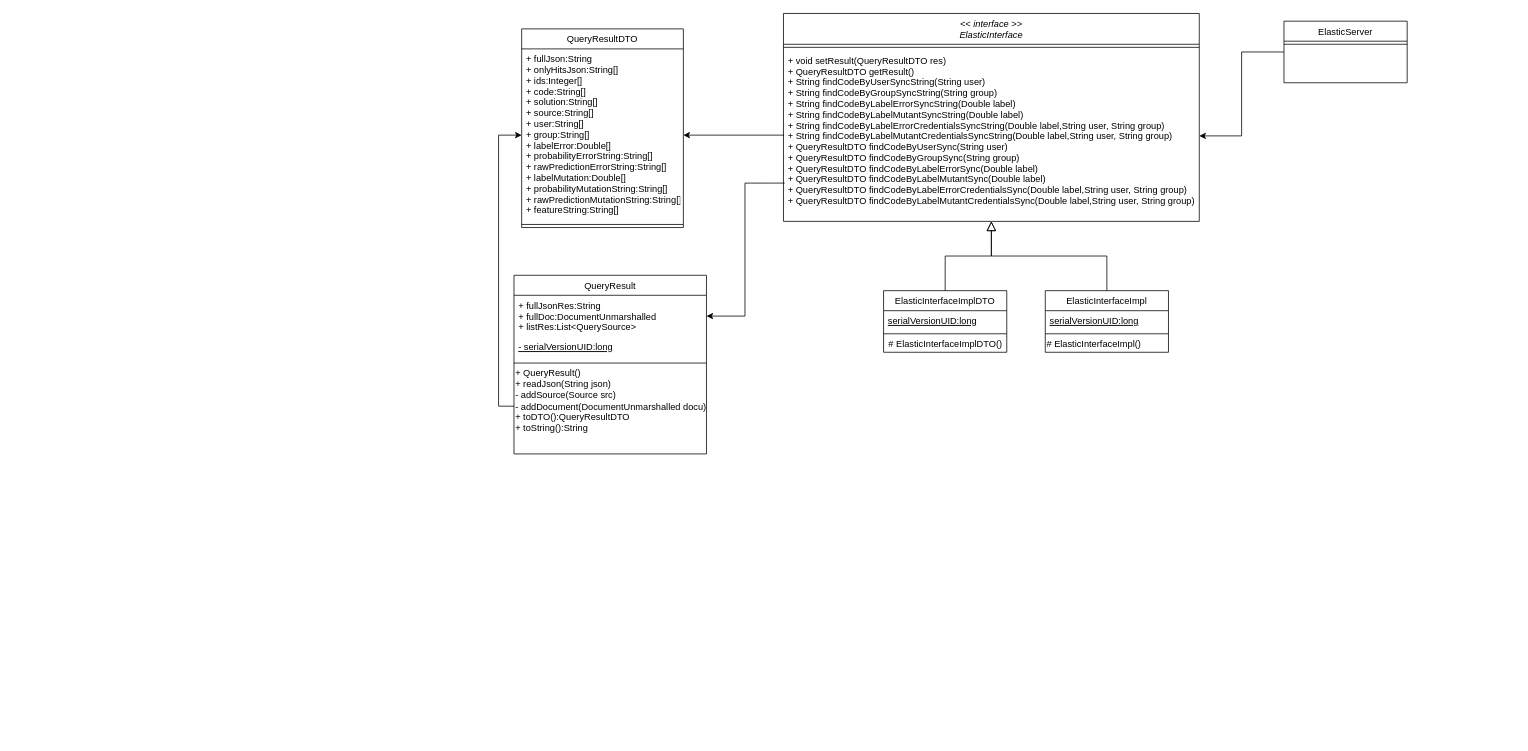
Before: docs/Elastic-facade-orchestrator.drawio in josura/Error-classification-ISD, a draw.io diagram. Source tidied: cells renumbered, new cells numbered last; positions are measured from the earlier drawing's top-left corner, leaving out a move shared by most shapes. Both pictures are drawn from the tidied source at 77%, with x=0, y=0 at pixel (514, 13).
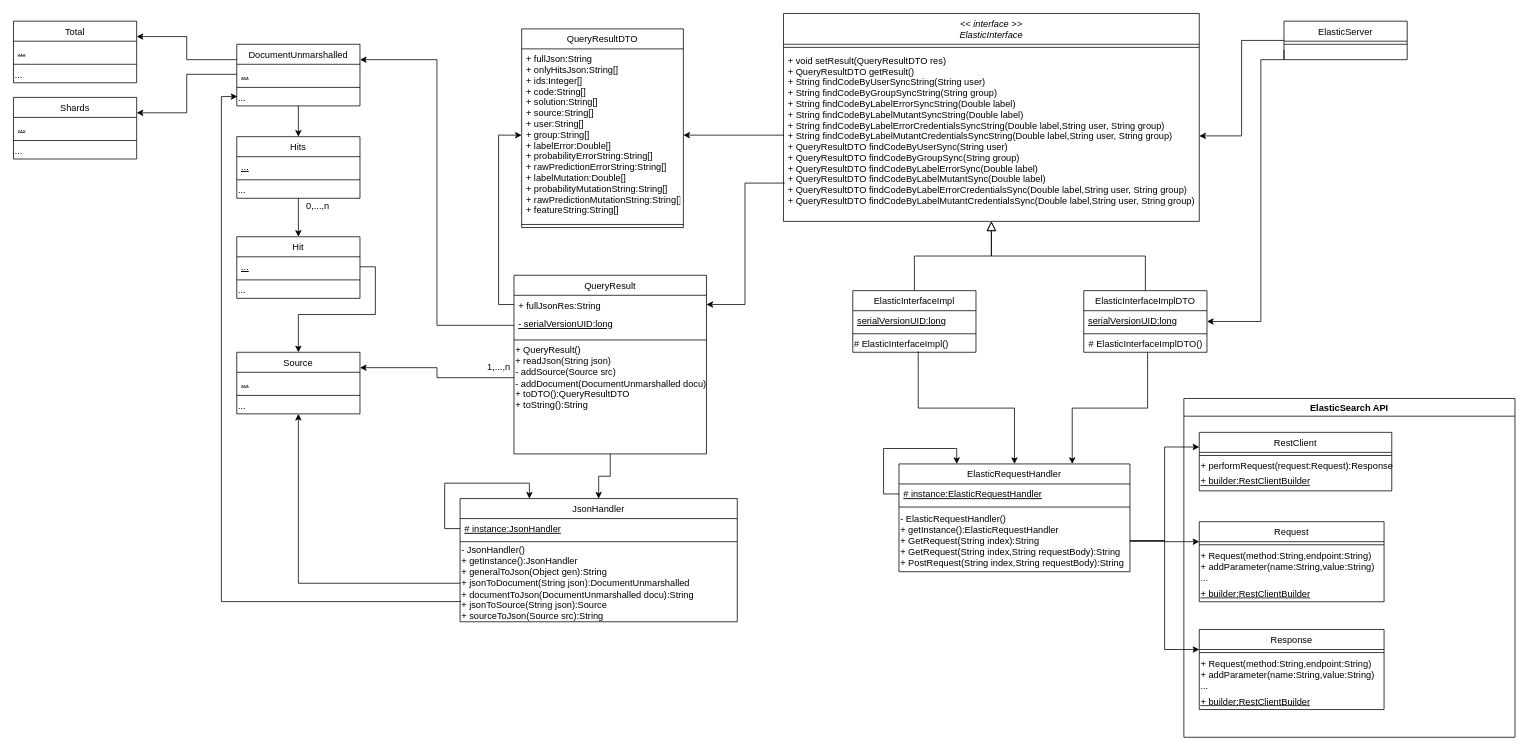
After the change.

Unchanged cells that the change refers to:
```xml
<mxCell id="8" value="# ElasticInterfaceImplDTO()" style="text;html=1;align=center;verticalAlign=middle;points=[];strokeColor=none;fillColor=none;" parent="5" vertex="1">
  <mxGeometry y="60" width="160" height="20" as="geometry" />
</mxCell>
<mxCell id="13" value="# ElasticInterfaceImpl()" style="text;html=1;align=left;verticalAlign=middle;points=[];strokeColor=none;fillColor=none;" parent="10" vertex="1">
  <mxGeometry y="60" width="160" height="20" as="geometry" />
</mxCell>
<mxCell id="16" value="+ fullJson:String&#10;+ onlyHitsJson:String[]&#10;+ ids:Integer[]&#10;+ code:String[] &#10;+ solution:String[] &#10;+ source:String[] &#10;+ user:String[] &#10;+ group:String[] &#10;+ labelError:Double[] &#10;+ probabilityErrorString:String[] &#10;+ rawPredictionErrorString:String[] &#10;+ labelMutation:Double[] &#10;+ probabilityMutationString:String[] &#10;+ rawPredictionMutationString:String[] &#10;+ featureString:String[] &#10;" style="text;align=left;verticalAlign=top;spacingLeft=4;spacingRight=4;overflow=hidden;points=[[0,0.5],[1,0.5]];portConstraint=eastwest;rounded=0;shadow=0;html=0;" parent="15" vertex="1">
  <mxGeometry y="26" width="210" height="224" as="geometry" />
</mxCell>
<mxCell id="18" value="QueryResult" style="swimlane;fontStyle=0;align=center;verticalAlign=top;horizontal=1;startSize=26;rounded=0;shadow=0;strokeWidth=1;" parent="1" vertex="1">
  <mxGeometry y="340" width="250" height="232" as="geometry" />
</mxCell>
```

What changed in the source:
```diff
@@
+    <mxCell id="29" style="edgeStyle=orthogonalEdgeStyle;rounded=0;jettySize=auto;html=1;exitX=0.518;exitY=1.016;exitDx=0;exitDy=0;entryX=0.75;entryY=0;entryDx=0;entryDy=0;exitPerimeter=0;" parent="1" edge="1" source="8" target="37">
+      <mxGeometry relative="1" as="geometry" />
+    </mxCell>
     <mxCell id="5" value="ElasticInterfaceImplDTO" style="swimlane;fontStyle=0;align=center;verticalAlign=top;horizontal=1;startSize=26;rounded=0;shadow=0;strokeWidth=1;" parent="1" vertex="1">
-      <mxGeometry x="480" y="360" width="160" height="80" as="geometry" />
+      <mxGeometry x="740" y="360" width="160" height="80" as="geometry" />
     </mxCell>
@@
+    <mxCell id="30" style="edgeStyle=orthogonalEdgeStyle;rounded=0;jettySize=auto;html=1;exitX=0.531;exitY=0.947;exitDx=0;exitDy=0;exitPerimeter=0;" parent="1" edge="1" source="13" target="37">
+      <mxGeometry relative="1" as="geometry" />
+    </mxCell>
     <mxCell id="10" value="ElasticInterfaceImpl" style="swimlane;fontStyle=0;align=center;verticalAlign=top;horizontal=1;startSize=26;rounded=0;shadow=0;strokeWidth=1;" parent="1" vertex="1">
-      <mxGeometry x="690" y="360" width="160" height="80" as="geometry" />
+      <mxGeometry x="440" y="360" width="160" height="80" as="geometry" />
     </mxCell>
@@
+    <mxCell id="31" style="edgeStyle=orthogonalEdgeStyle;rounded=0;jettySize=auto;html=1;exitX=0.5;exitY=1;exitDx=0;exitDy=0;" parent="1" edge="1" source="18" target="87">
+      <mxGeometry relative="1" as="geometry" />
+    </mxCell>
@@
-    <mxCell id="19" value="+ fullJsonRes:String&#10;+ fullDoc:DocumentUnmarshalled&#10;+ listRes:List&lt;QuerySource&gt;&#10;" style="text;align=left;verticalAlign=top;spacingLeft=4;spacingRight=4;overflow=hidden;points=[[0,0.5],[1,0.5]];portConstraint=eastwest;fontStyle=0;" parent="18" vertex="1">
-      <mxGeometry y="26" width="250" height="54" as="geometry" />
+    <mxCell id="19" value="+ fullJsonRes:String&#10;" style="text;align=left;verticalAlign=top;spacingLeft=4;spacingRight=4;overflow=hidden;points=[[0,0.5],[1,0.5]];portConstraint=eastwest;fontStyle=0;" parent="18" vertex="1">
+      <mxGeometry y="26" width="250" height="24" as="geometry" />
     </mxCell>
     <mxCell id="20" value="- serialVersionUID:long" style="text;align=left;verticalAlign=top;spacingLeft=4;spacingRight=4;overflow=hidden;points=[[0,0.5],[1,0.5]];portConstraint=eastwest;fontStyle=4;" parent="18" vertex="1">
-      <mxGeometry y="80" width="250" height="30" as="geometry" />
+      <mxGeometry y="50" width="250" height="30" as="geometry" />
     </mxCell>
     <mxCell id="21" style="line;html=1;strokeWidth=1;align=left;verticalAlign=middle;spacingTop=-1;spacingLeft=3;spacingRight=3;labelPosition=right;" parent="18" vertex="1">
-      <mxGeometry y="110" width="250" height="8" as="geometry" />
+      <mxGeometry y="80" width="250" height="8" as="geometry" />
     </mxCell>
     <mxCell id="22" value="+ QueryResult()&lt;br&gt;+ readJson(String json)&lt;br&gt;- addSource(Source src) &lt;br&gt;- addDocument(DocumentUnmarshalled docu)&lt;br&gt;+ toDTO():QueryResultDTO&lt;br&gt;+ toString():String&lt;br&gt;" style="text;html=1;align=left;verticalAlign=middle;points=[];strokeColor=none;fillColor=none;" parent="18" vertex="1">
-      <mxGeometry y="118" width="250" height="90" as="geometry" />
+      <mxGeometry y="88" width="250" height="90" as="geometry" />
     </mxCell>
@@
+    <mxCell id="32" style="edgeStyle=orthogonalEdgeStyle;rounded=0;jettySize=auto;html=1;exitX=0;exitY=0.75;exitDx=0;exitDy=0;entryX=1;entryY=0.5;entryDx=0;entryDy=0;" parent="1" edge="1" source="24" target="5">
+      <mxGeometry relative="1" as="geometry">
+        <Array as="points">
+          <mxPoint x="1000" y="60" />
+          <mxPoint x="970" y="60" />
+          <mxPoint x="970" y="400" />
+        </Array>
+      </mxGeometry>
+    </mxCell>
     <mxCell id="24" value="ElasticServer" style="swimlane;fontStyle=0;align=center;verticalAlign=top;horizontal=1;startSize=26;rounded=0;shadow=0;strokeWidth=1;" parent="1" vertex="1">
-      <mxGeometry x="1000" y="10" width="160" height="80" as="geometry" />
+      <mxGeometry x="1000" y="10" width="160" height="50" as="geometry" />
     </mxCell>
@@
-    <mxCell id="28" style="edgeStyle=orthogonalEdgeStyle;rounded=0;jettySize=auto;html=1;exitX=0;exitY=0.578;exitDx=0;exitDy=0;entryX=0;entryY=0.5;entryDx=0;entryDy=0;exitPerimeter=0;" parent="1" edge="1" source="22" target="16">
+    <mxCell id="28" style="edgeStyle=orthogonalEdgeStyle;rounded=0;jettySize=auto;html=1;entryX=0;entryY=0.5;entryDx=0;entryDy=0;" parent="1" edge="1" source="19" target="16">
       <mxGeometry relative="1" as="geometry" />
     </mxCell>
+    <mxCell id="33" value="DocumentUnmarshalled" style="swimlane;fontStyle=0;align=center;verticalAlign=top;horizontal=1;startSize=26;rounded=0;shadow=0;strokeWidth=1;" parent="1" vertex="1">
+      <mxGeometry x="-360" y="40" width="160" height="80" as="geometry" />
+    </mxCell>
+    <mxCell id="34" value="..." style="text;align=left;verticalAlign=top;spacingLeft=4;spacingRight=4;overflow=hidden;points=[[0,0.5],[1,0.5]];portConstraint=eastwest;fontStyle=4;" parent="33" vertex="1">
+      <mxGeometry y="26" width="160" height="26" as="geometry" />
+    </mxCell>
+    <mxCell id="35" style="line;html=1;strokeWidth=1;align=left;verticalAlign=middle;spacingTop=-1;spacingLeft=3;spacingRight=3;labelPosition=right;" parent="33" vertex="1">
+      <mxGeometry y="52" width="160" height="8" as="geometry" />
+    </mxCell>
+    <mxCell id="36" value="..." style="text;html=1;align=left;verticalAlign=middle;points=[];strokeColor=none;fillColor=none;" parent="33" vertex="1">
+      <mxGeometry y="60" width="160" height="20" as="geometry" />
+    </mxCell>
+    <mxCell id="37" value="ElasticRequestHandler" style="swimlane;fontStyle=0;align=center;verticalAlign=top;horizontal=1;startSize=26;rounded=0;shadow=0;strokeWidth=1;" parent="1" vertex="1">
+      <mxGeometry x="500" y="585" width="300" height="140" as="geometry" />
+    </mxCell>
+    <mxCell id="38" style="edgeStyle=orthogonalEdgeStyle;rounded=0;jettySize=auto;html=1;exitX=0;exitY=0.5;exitDx=0;exitDy=0;entryX=0.25;entryY=0;entryDx=0;entryDy=0;" parent="37" edge="1" source="39" target="37">
+      <mxGeometry relative="1" as="geometry">
+        <Array as="points">
+          <mxPoint x="-20" y="39" />
+          <mxPoint x="-20" y="-20" />
+          <mxPoint x="75" y="-20" />
+        </Array>
+      </mxGeometry>
+    </mxCell>
+    <mxCell id="39" value="# instance:ElasticRequestHandler" style="text;align=left;verticalAlign=top;spacingLeft=4;spacingRight=4;overflow=hidden;points=[[0,0.5],[1,0.5]];portConstraint=eastwest;rounded=0;shadow=0;html=0;fontStyle=4;" parent="37" vertex="1">
+      <mxGeometry y="26" width="300" height="26" as="geometry" />
+    </mxCell>
+    <mxCell id="40" style="line;html=1;strokeWidth=1;align=left;verticalAlign=middle;spacingTop=-1;spacingLeft=3;spacingRight=3;labelPosition=right;" parent="37" vertex="1">
+      <mxGeometry y="52" width="300" height="8" as="geometry" />
+    </mxCell>
+    <mxCell id="41" value="- ElasticRequestHandler()&lt;br&gt;+ getInstance():ElasticRequestHandler&lt;br&gt;+ GetRequest(String index):String&lt;br&gt;+ GetRequest(String index,String requestBody):String&lt;br&gt;+ PostRequest(String index,String requestBody):String&lt;br&gt;" style="text;html=1;align=left;verticalAlign=middle;points=[];strokeColor=none;fillColor=none;" parent="37" vertex="1">
+      <mxGeometry y="60" width="300" height="80" as="geometry" />
+    </mxCell>
+    <mxCell id="42" value="Hit" style="swimlane;fontStyle=0;align=center;verticalAlign=top;horizontal=1;startSize=26;rounded=0;shadow=0;strokeWidth=1;" parent="1" vertex="1">
+      <mxGeometry x="-360" y="290" width="160" height="80" as="geometry" />
+    </mxCell>
+    <mxCell id="43" value="..." style="text;align=left;verticalAlign=top;spacingLeft=4;spacingRight=4;overflow=hidden;points=[[0,0.5],[1,0.5]];portConstraint=eastwest;fontStyle=4;" parent="42" vertex="1">
+      <mxGeometry y="26" width="160" height="26" as="geometry" />
+    </mxCell>
+    <mxCell id="44" style="line;html=1;strokeWidth=1;align=left;verticalAlign=middle;spacingTop=-1;spacingLeft=3;spacingRight=3;labelPosition=right;" parent="42" vertex="1">
+      <mxGeometry y="52" width="160" height="8" as="geometry" />
+    </mxCell>
+    <mxCell id="45" value="..." style="text;html=1;align=left;verticalAlign=middle;strokeColor=none;fillColor=none;" parent="42" vertex="1">
+      <mxGeometry y="60" width="160" height="20" as="geometry" />
+    </mxCell>
+    <mxCell id="46" value="Hits" style="swimlane;fontStyle=0;align=center;verticalAlign=top;horizontal=1;startSize=26;rounded=0;shadow=0;strokeWidth=1;" parent="1" vertex="1">
+      <mxGeometry x="-360" y="160" width="160" height="80" as="geometry" />
+    </mxCell>
+    <mxCell id="47" value="..." style="text;align=left;verticalAlign=top;spacingLeft=4;spacingRight=4;overflow=hidden;fontStyle=4;" parent="46" vertex="1">
+      <mxGeometry y="26" width="160" height="26" as="geometry" />
+    </mxCell>
+    <mxCell id="48" style="line;html=1;strokeWidth=1;align=left;verticalAlign=middle;spacingTop=-1;spacingLeft=3;spacingRight=3;labelPosition=right;" parent="46" vertex="1">
+      <mxGeometry y="52" width="160" height="8" as="geometry" />
+    </mxCell>
+    <mxCell id="49" value="..." style="text;html=1;align=left;verticalAlign=middle;points=[];strokeColor=none;fillColor=none;" parent="46" vertex="1">
+      <mxGeometry y="60" width="160" height="20" as="geometry" />
+    </mxCell>
+    <mxCell id="50" value="Total" style="swimlane;fontStyle=0;align=center;verticalAlign=top;horizontal=1;startSize=26;rounded=0;shadow=0;strokeWidth=1;" parent="1" vertex="1">
+      <mxGeometry x="-650" y="10" width="160" height="80" as="geometry" />
+    </mxCell>
+    <mxCell id="51" value="..." style="text;align=left;verticalAlign=top;spacingLeft=4;spacingRight=4;overflow=hidden;fontStyle=4;" parent="50" vertex="1">
+      <mxGeometry y="26" width="160" height="26" as="geometry" />
+    </mxCell>
+    <mxCell id="52" style="line;html=1;strokeWidth=1;align=left;verticalAlign=middle;spacingTop=-1;spacingLeft=3;spacingRight=3;labelPosition=right;" parent="50" vertex="1">
+      <mxGeometry y="52" width="160" height="8" as="geometry" />
+    </mxCell>
+    <mxCell id="53" value="..." style="text;html=1;align=left;verticalAlign=middle;strokeColor=none;fillColor=none;" parent="50" vertex="1">
+      <mxGeometry y="60" width="160" height="20" as="geometry" />
+    </mxCell>
+    <mxCell id="54" value="Shards" style="swimlane;fontStyle=0;align=center;verticalAlign=top;horizontal=1;startSize=26;rounded=0;shadow=0;strokeWidth=1;" parent="1" vertex="1">
+      <mxGeometry x="-650" y="109" width="160" height="80" as="geometry" />
+    </mxCell>
+    <mxCell id="55" value="..." style="text;align=left;verticalAlign=top;spacingLeft=4;spacingRight=4;overflow=hidden;fontStyle=4;" parent="54" vertex="1">
+      <mxGeometry y="26" width="160" height="26" as="geometry" />
+    </mxCell>
+    <mxCell id="56" style="line;html=1;strokeWidth=1;align=left;verticalAlign=middle;spacingTop=-1;spacingLeft=3;spacingRight=3;labelPosition=right;" parent="54" vertex="1">
+      <mxGeometry y="52" width="160" height="8" as="geometry" />
+    </mxCell>
+    <mxCell id="57" value="..." style="text;html=1;align=left;verticalAlign=middle;strokeColor=none;fillColor=none;" parent="54" vertex="1">
+      <mxGeometry y="60" width="160" height="20" as="geometry" />
+    </mxCell>
+    <mxCell id="58" value="Source" style="swimlane;fontStyle=0;align=center;verticalAlign=top;horizontal=1;startSize=26;rounded=0;shadow=0;strokeWidth=1;" parent="1" vertex="1">
+      <mxGeometry x="-360" y="440" width="160" height="80" as="geometry" />
+    </mxCell>
+    <mxCell id="59" value="..." style="text;align=left;verticalAlign=top;spacingLeft=4;spacingRight=4;overflow=hidden;fontStyle=4;" parent="58" vertex="1">
+      <mxGeometry y="26" width="160" height="26" as="geometry" />
+    </mxCell>
+    <mxCell id="60" style="line;html=1;strokeWidth=1;align=left;verticalAlign=middle;spacingTop=-1;spacingLeft=3;spacingRight=3;labelPosition=right;" parent="58" vertex="1">
+      <mxGeometry y="52" width="160" height="8" as="geometry" />
+    </mxCell>
+    <mxCell id="61" value="..." style="text;html=1;align=left;verticalAlign=middle;points=[];strokeColor=none;fillColor=none;" parent="58" vertex="1">
+      <mxGeometry y="60" width="160" height="20" as="geometry" />
+    </mxCell>
+    <mxCell id="62" style="edgeStyle=orthogonalEdgeStyle;rounded=0;jettySize=auto;html=1;exitX=1;exitY=0.5;exitDx=0;exitDy=0;entryX=0.5;entryY=0;entryDx=0;entryDy=0;" parent="1" edge="1" source="43" target="58">
+      <mxGeometry relative="1" as="geometry" />
+    </mxCell>
+    <mxCell id="63" style="edgeStyle=orthogonalEdgeStyle;rounded=0;jettySize=auto;html=1;entryX=0.5;entryY=0;entryDx=0;entryDy=0;" parent="1" edge="1" source="49" target="42">
+      <mxGeometry relative="1" as="geometry" />
+    </mxCell>
+    <mxCell id="64" style="edgeStyle=orthogonalEdgeStyle;rounded=0;jettySize=auto;html=1;entryX=0.5;entryY=0;entryDx=0;entryDy=0;" parent="1" edge="1" source="36" target="46">
+      <mxGeometry relative="1" as="geometry" />
+    </mxCell>
+    <mxCell id="65" value="0,...,n" style="text;html=1;align=center;verticalAlign=middle;strokeColor=none;fillColor=none;" parent="1" vertex="1">
+      <mxGeometry x="-280" y="240" width="50" height="20" as="geometry" />
+    </mxCell>
+    <mxCell id="66" style="edgeStyle=orthogonalEdgeStyle;rounded=0;jettySize=auto;html=1;exitX=0;exitY=0.25;exitDx=0;exitDy=0;entryX=1;entryY=0.25;entryDx=0;entryDy=0;" parent="1" edge="1" source="33" target="50">
+      <mxGeometry relative="1" as="geometry" />
+    </mxCell>
+    <mxCell id="67" style="edgeStyle=orthogonalEdgeStyle;rounded=0;jettySize=auto;html=1;exitX=0;exitY=0.5;exitDx=0;exitDy=0;entryX=1;entryY=0.25;entryDx=0;entryDy=0;" parent="1" edge="1" source="34" target="54">
+      <mxGeometry relative="1" as="geometry" />
+    </mxCell>
+    <mxCell id="68" style="edgeStyle=orthogonalEdgeStyle;rounded=0;jettySize=auto;html=1;entryX=1;entryY=0.25;entryDx=0;entryDy=0;" parent="1" edge="1" source="20" target="33">
+      <mxGeometry relative="1" as="geometry" />
+    </mxCell>
+    <mxCell id="69" style="edgeStyle=orthogonalEdgeStyle;rounded=0;jettySize=auto;html=1;entryX=1;entryY=0.25;entryDx=0;entryDy=0;" parent="1" edge="1" source="22" target="58">
+      <mxGeometry relative="1" as="geometry" />
+    </mxCell>
+    <mxCell id="70" value="1,...,n" style="text;html=1;align=center;verticalAlign=middle;strokeColor=none;fillColor=none;" parent="1" vertex="1">
+      <mxGeometry x="-45" y="450" width="50" height="20" as="geometry" />
+    </mxCell>
+    <mxCell id="71" value="ElasticSearch API" style="swimlane;align=center;" parent="1" vertex="1">
+      <mxGeometry x="870" y="500" width="430" height="440" as="geometry" />
+    </mxCell>
+    <mxCell id="72" value="RestClient" style="swimlane;fontStyle=0;align=center;verticalAlign=top;horizontal=1;startSize=26;rounded=0;shadow=0;strokeWidth=1;" parent="71" vertex="1">
+      <mxGeometry x="20" y="44" width="250" height="76" as="geometry" />
+    </mxCell>
+    <mxCell id="73" style="line;html=1;strokeWidth=1;align=left;verticalAlign=middle;spacingTop=-1;spacingLeft=3;spacingRight=3;labelPosition=right;" parent="72" vertex="1">
+      <mxGeometry y="26" width="250" height="8" as="geometry" />
+    </mxCell>
+    <mxCell id="74" value="+ performRequest(request:Request):Response" style="text;html=1;align=left;verticalAlign=middle;strokeColor=none;fillColor=none;" parent="72" vertex="1">
+      <mxGeometry y="34" width="250" height="20" as="geometry" />
+    </mxCell>
+    <mxCell id="75" value="&lt;div align=&quot;left&quot;&gt;+ builder:RestClientBuilder&lt;br&gt;&lt;/div&gt;" style="text;html=1;align=left;verticalAlign=middle;strokeColor=none;fillColor=none;fontStyle=4;" parent="72" vertex="1">
+      <mxGeometry y="54" width="250" height="20" as="geometry" />
+    </mxCell>
+    <mxCell id="76" value="Request" style="swimlane;fontStyle=0;align=center;verticalAlign=top;horizontal=1;startSize=26;rounded=0;shadow=0;strokeWidth=1;" parent="71" vertex="1">
+      <mxGeometry x="20" y="160" width="240" height="104" as="geometry" />
+    </mxCell>
+    <mxCell id="77" style="line;html=1;strokeWidth=1;align=left;verticalAlign=middle;spacingTop=-1;spacingLeft=3;spacingRight=3;labelPosition=right;" parent="76" vertex="1">
+      <mxGeometry y="26" width="240" height="8" as="geometry" />
+    </mxCell>
+    <mxCell id="78" value="&lt;div&gt;+ Request(method:String,endpoint:String)&lt;/div&gt;&lt;div&gt;+ addParameter(name:String,value:String)&lt;/div&gt;..." style="text;html=1;align=left;verticalAlign=middle;strokeColor=none;fillColor=none;" parent="76" vertex="1">
+      <mxGeometry y="34" width="240" height="50" as="geometry" />
+    </mxCell>
+    <mxCell id="79" value="&lt;div align=&quot;left&quot;&gt;+ builder:RestClientBuilder&lt;br&gt;&lt;/div&gt;" style="text;html=1;align=left;verticalAlign=middle;strokeColor=none;fillColor=none;fontStyle=4;" parent="76" vertex="1">
+      <mxGeometry y="84" width="240" height="20" as="geometry" />
+    </mxCell>
+    <mxCell id="80" value="Response" style="swimlane;fontStyle=0;align=center;verticalAlign=top;horizontal=1;startSize=26;rounded=0;shadow=0;strokeWidth=1;" parent="71" vertex="1">
+      <mxGeometry x="20" y="300" width="240" height="104" as="geometry" />
+    </mxCell>
+    <mxCell id="81" style="line;html=1;strokeWidth=1;align=left;verticalAlign=middle;spacingTop=-1;spacingLeft=3;spacingRight=3;labelPosition=right;" parent="80" vertex="1">
+      <mxGeometry y="26" width="240" height="8" as="geometry" />
+    </mxCell>
+    <mxCell id="82" value="&lt;div&gt;+ Request(method:String,endpoint:String)&lt;/div&gt;&lt;div&gt;+ addParameter(name:String,value:String)&lt;/div&gt;..." style="text;html=1;align=left;verticalAlign=middle;strokeColor=none;fillColor=none;" parent="80" vertex="1">
+      <mxGeometry y="34" width="240" height="50" as="geometry" />
+    </mxCell>
+    <mxCell id="83" value="&lt;div align=&quot;left&quot;&gt;+ builder:RestClientBuilder&lt;br&gt;&lt;/div&gt;" style="text;html=1;align=left;verticalAlign=middle;strokeColor=none;fillColor=none;fontStyle=4;" parent="80" vertex="1">
+      <mxGeometry y="84" width="240" height="20" as="geometry" />
+    </mxCell>
+    <mxCell id="84" style="edgeStyle=orthogonalEdgeStyle;rounded=0;jettySize=auto;html=1;entryX=0;entryY=0.25;entryDx=0;entryDy=0;" parent="1" edge="1" source="41" target="72">
+      <mxGeometry relative="1" as="geometry" />
+    </mxCell>
+    <mxCell id="85" style="edgeStyle=orthogonalEdgeStyle;rounded=0;jettySize=auto;html=1;entryX=0;entryY=0.25;entryDx=0;entryDy=0;" parent="1" edge="1" source="41" target="76">
+      <mxGeometry relative="1" as="geometry" />
+    </mxCell>
+    <mxCell id="86" style="edgeStyle=orthogonalEdgeStyle;rounded=0;jettySize=auto;html=1;entryX=0;entryY=0.25;entryDx=0;entryDy=0;" parent="1" edge="1" source="41" target="80">
+      <mxGeometry relative="1" as="geometry" />
+    </mxCell>
+    <mxCell id="87" value="JsonHandler" style="swimlane;fontStyle=0;align=center;verticalAlign=top;horizontal=1;startSize=26;rounded=0;shadow=0;strokeWidth=1;" parent="1" vertex="1">
+      <mxGeometry x="-70" y="630" width="360" height="160" as="geometry" />
+    </mxCell>
+    <mxCell id="88" style="edgeStyle=orthogonalEdgeStyle;rounded=0;jettySize=auto;html=1;exitX=0;exitY=0.5;exitDx=0;exitDy=0;entryX=0.25;entryY=0;entryDx=0;entryDy=0;" parent="87" edge="1" source="89" target="87">
+      <mxGeometry relative="1" as="geometry">
+        <Array as="points">
+          <mxPoint x="-20" y="39" />
+          <mxPoint x="-20" y="-20" />
+          <mxPoint x="90" y="-20" />
+        </Array>
+      </mxGeometry>
+    </mxCell>
+    <mxCell id="89" value="# instance:JsonHandler" style="text;align=left;verticalAlign=top;spacingLeft=4;spacingRight=4;overflow=hidden;points=[[0,0.5],[1,0.5]];portConstraint=eastwest;rounded=0;shadow=0;html=0;fontStyle=4;" parent="87" vertex="1">
+      <mxGeometry y="26" width="360" height="26" as="geometry" />
+    </mxCell>
+    <mxCell id="90" style="line;html=1;strokeWidth=1;align=left;verticalAlign=middle;spacingTop=-1;spacingLeft=3;spacingRight=3;labelPosition=right;" parent="87" vertex="1">
+      <mxGeometry y="52" width="360" height="8" as="geometry" />
+    </mxCell>
+    <mxCell id="91" value="- JsonHandler()&lt;br&gt;&lt;div&gt;+ getInstance():JsonHandler&lt;/div&gt;&lt;div&gt;+ generalToJson(Object gen):String&lt;/div&gt;+ jsonToDocument(String json):DocumentUnmarshalled&lt;br&gt;+ documentToJson(DocumentUnmarshalled docu):String&lt;br&gt;+ jsonToSource(String json):Source&lt;br&gt;+ sourceToJson(Source src):String " style="text;html=1;align=left;verticalAlign=middle;points=[];strokeColor=none;fillColor=none;" parent="87" vertex="1">
+      <mxGeometry y="60" width="360" height="100" as="geometry" />
+    </mxCell>
+    <mxCell id="92" style="edgeStyle=orthogonalEdgeStyle;rounded=0;jettySize=auto;html=1;" parent="1" edge="1" source="91" target="61">
+      <mxGeometry relative="1" as="geometry" />
+    </mxCell>
+    <mxCell id="93" style="edgeStyle=orthogonalEdgeStyle;rounded=0;jettySize=auto;html=1;entryX=0.005;entryY=0.395;entryDx=0;entryDy=0;entryPerimeter=0;exitX=0.003;exitY=0.738;exitDx=0;exitDy=0;exitPerimeter=0;" parent="1" edge="1" source="91" target="36">
+      <mxGeometry relative="1" as="geometry" />
+    </mxCell>
```
